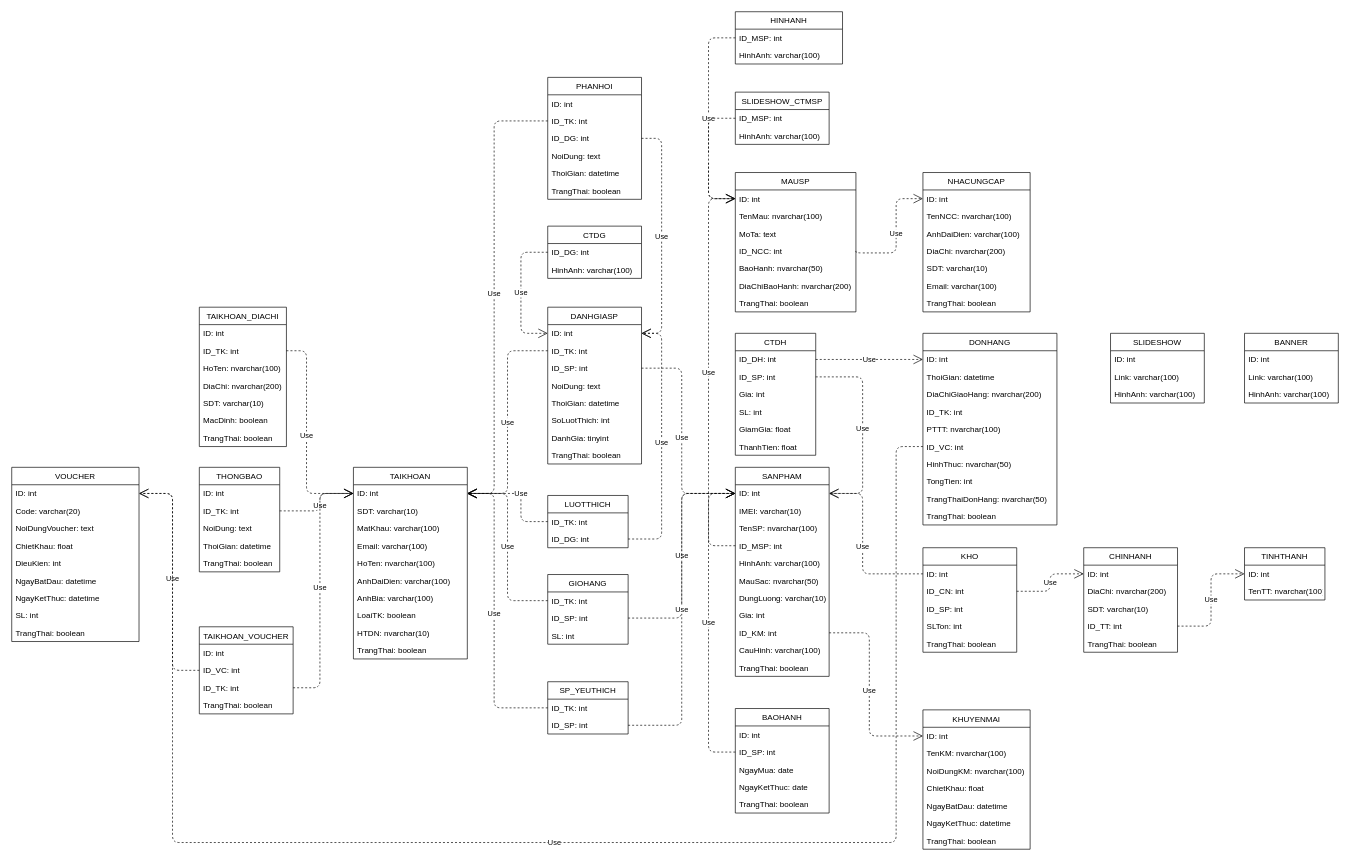
Before: Mô hình/ClassDiagram_CSDL.drawio in LammVuu/DATT, a draw.io diagram. Source tidied: cells renumbered, new cells numbered last; positions are measured from the earlier drawing's top-left corner, leaving out a move shared by most shapes. Both pictures are drawn from the tidied source at 67%, with x=0, y=0 at pixel (11, 11).
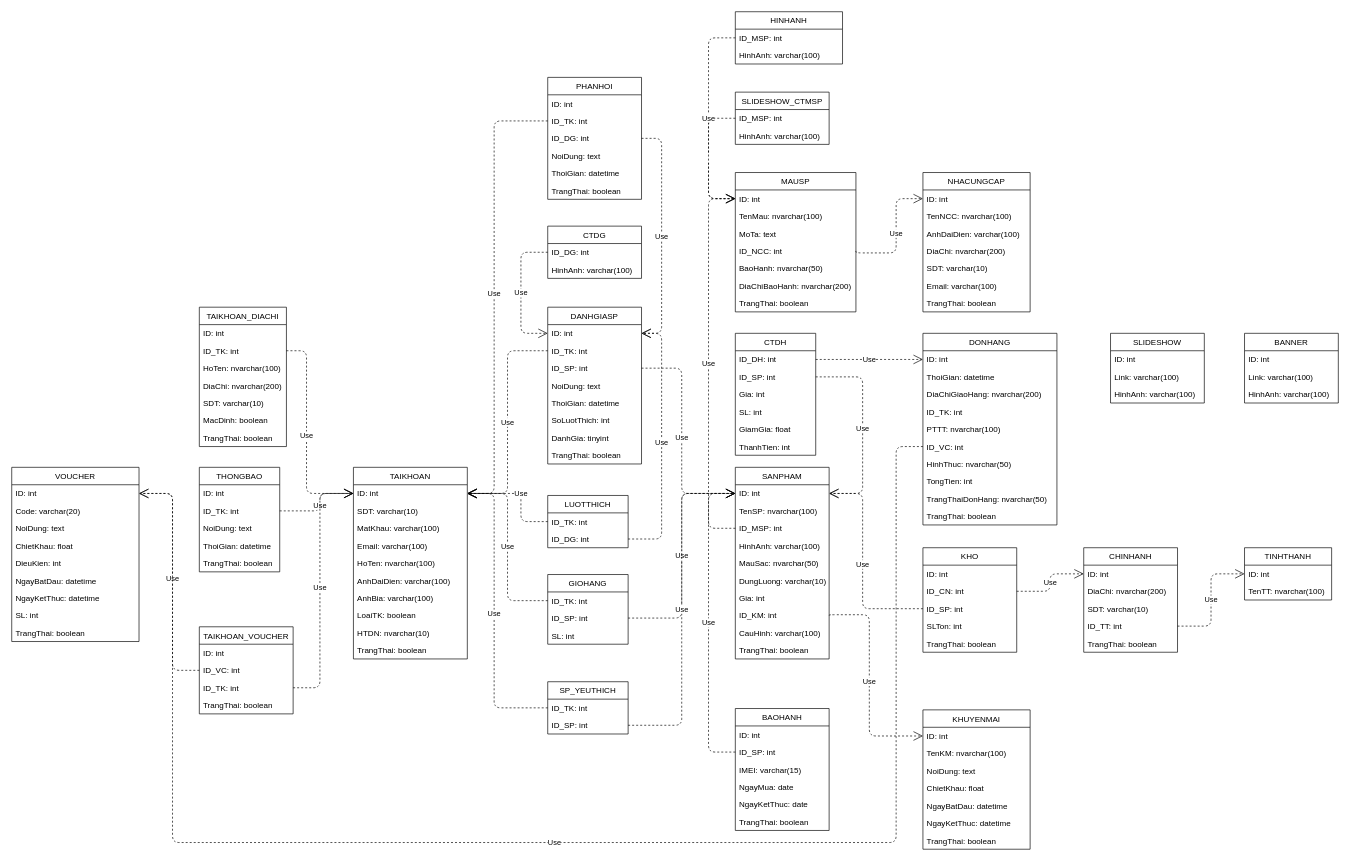
After the change.

The change refers to these unchanged cells:
```xml
<mxCell id="11" value="ID: int" style="text;strokeColor=none;fillColor=none;align=left;verticalAlign=top;spacingLeft=4;spacingRight=4;overflow=hidden;points=[[0,0.5],[1,0.5]];portConstraint=eastwest;" parent="10" vertex="1">
  <mxGeometry y="26" width="180" height="26" as="geometry" />
</mxCell>
<mxCell id="19" value="ID: int" style="text;strokeColor=none;fillColor=none;align=left;verticalAlign=top;spacingLeft=4;spacingRight=4;overflow=hidden;points=[[0,0.5],[1,0.5]];portConstraint=eastwest;" parent="18" vertex="1">
  <mxGeometry y="26" width="140" height="26" as="geometry" />
</mxCell>
<mxCell id="30" value="KHUYENMAI" style="swimlane;fontStyle=0;horizontal=1;startSize=26;fillColor=none;" parent="1" vertex="1">
  <mxGeometry x="1360" y="1042" width="160" height="208" as="geometry" />
</mxCell>
<mxCell id="31" value="ID: int" style="text;strokeColor=none;fillColor=none;align=left;verticalAlign=top;spacingLeft=4;spacingRight=4;overflow=hidden;points=[[0,0.5],[1,0.5]];portConstraint=eastwest;" parent="30" vertex="1">
  <mxGeometry y="26" width="160" height="26" as="geometry" />
</mxCell>
<mxCell id="49" value="CTDH" style="swimlane;fontStyle=0;horizontal=1;startSize=26;fillColor=none;" parent="1" vertex="1">
  <mxGeometry x="1080" y="480" width="120" height="182" as="geometry" />
</mxCell>
<mxCell id="105" value="ID: int" style="text;strokeColor=none;fillColor=none;align=left;verticalAlign=top;spacingLeft=4;spacingRight=4;overflow=hidden;points=[[0,0.5],[1,0.5]];portConstraint=eastwest;" parent="104" vertex="1">
  <mxGeometry y="26" width="140" height="26" as="geometry" />
</mxCell>
<mxCell id="107" value="ID_SP: int" style="text;strokeColor=none;fillColor=none;align=left;verticalAlign=top;spacingLeft=4;spacingRight=4;overflow=hidden;points=[[0,0.5],[1,0.5]];portConstraint=eastwest;" parent="104" vertex="1">
  <mxGeometry y="78" width="140" height="26" as="geometry" />
</mxCell>
<mxCell id="122" value="VOUCHER" style="swimlane;fontStyle=0;horizontal=1;startSize=26;fillColor=none;" parent="1" vertex="1">
  <mxGeometry y="680" width="190" height="260" as="geometry" />
</mxCell>
```

Diff of the diagram source:
```diff
@@
     <mxCell id="18" value="SANPHAM" style="swimlane;fontStyle=0;horizontal=1;startSize=26;fillColor=none;" parent="1" vertex="1">
-      <mxGeometry x="1080" y="680" width="140" height="312" as="geometry" />
+      <mxGeometry x="1080" y="680" width="140" height="286" as="geometry" />
     </mxCell>
@@
-    <mxCell id="20" value="IMEI: varchar(10)" style="text;strokeColor=none;fillColor=none;align=left;verticalAlign=top;spacingLeft=4;spacingRight=4;overflow=hidden;" parent="18" vertex="1">
-      <mxGeometry y="52" width="140" height="26" as="geometry" />
-    </mxCell>
     <mxCell id="21" value="TenSP: nvarchar(100)" style="text;strokeColor=none;fillColor=none;align=left;verticalAlign=top;spacingLeft=4;spacingRight=4;overflow=hidden;" parent="18" vertex="1">
-      <mxGeometry y="78" width="140" height="26" as="geometry" />
+      <mxGeometry y="52" width="140" height="26" as="geometry" />
     </mxCell>
     <mxCell id="22" value="ID_MSP: int" style="text;strokeColor=none;fillColor=none;align=left;verticalAlign=top;spacingLeft=4;spacingRight=4;overflow=hidden;points=[[0,0.5],[1,0.5]];portConstraint=eastwest;" parent="18" vertex="1">
-      <mxGeometry y="104" width="140" height="26" as="geometry" />
+      <mxGeometry y="78" width="140" height="26" as="geometry" />
     </mxCell>
     <mxCell id="23" value="HinhAnh: varchar(100)" style="text;strokeColor=none;fillColor=none;align=left;verticalAlign=top;spacingLeft=4;spacingRight=4;overflow=hidden;" parent="18" vertex="1">
-      <mxGeometry y="130" width="140" height="26" as="geometry" />
+      <mxGeometry y="104" width="140" height="26" as="geometry" />
     </mxCell>
     <mxCell id="24" value="MauSac: nvarchar(50)" style="text;strokeColor=none;fillColor=none;align=left;verticalAlign=top;spacingLeft=4;spacingRight=4;overflow=hidden;" parent="18" vertex="1">
-      <mxGeometry y="156" width="140" height="26" as="geometry" />
+      <mxGeometry y="130" width="140" height="26" as="geometry" />
     </mxCell>
     <mxCell id="25" value="DungLuong: varchar(10)" style="text;strokeColor=none;fillColor=none;align=left;verticalAlign=top;spacingLeft=4;spacingRight=4;overflow=hidden;" parent="18" vertex="1">
-      <mxGeometry y="182" width="140" height="26" as="geometry" />
+      <mxGeometry y="156" width="140" height="26" as="geometry" />
     </mxCell>
     <mxCell id="26" value="Gia: int" style="text;strokeColor=none;fillColor=none;align=left;verticalAlign=top;spacingLeft=4;spacingRight=4;overflow=hidden;" parent="18" vertex="1">
-      <mxGeometry y="208" width="140" height="26" as="geometry" />
+      <mxGeometry y="182" width="140" height="26" as="geometry" />
     </mxCell>
     <mxCell id="27" value="ID_KM: int" style="text;strokeColor=none;fillColor=none;align=left;verticalAlign=top;spacingLeft=4;spacingRight=4;overflow=hidden;points=[[0,0.5],[1,0.5]];portConstraint=eastwest;" parent="18" vertex="1">
-      <mxGeometry y="234" width="140" height="26" as="geometry" />
+      <mxGeometry y="208" width="140" height="26" as="geometry" />
     </mxCell>
     <mxCell id="28" value="CauHinh: varchar(100)" style="text;strokeColor=none;fillColor=none;align=left;verticalAlign=top;spacingLeft=4;spacingRight=4;overflow=hidden;" parent="18" vertex="1">
-      <mxGeometry y="260" width="140" height="26" as="geometry" />
+      <mxGeometry y="234" width="140" height="26" as="geometry" />
     </mxCell>
     <mxCell id="29" value="TrangThai: boolean" style="text;strokeColor=none;fillColor=none;align=left;verticalAlign=top;spacingLeft=4;spacingRight=4;overflow=hidden;" parent="18" vertex="1">
-      <mxGeometry y="286" width="140" height="26" as="geometry" />
+      <mxGeometry y="260" width="140" height="26" as="geometry" />
     </mxCell>
@@
-    <mxCell id="33" value="NoiDungKM: nvarchar(100)" style="text;strokeColor=none;fillColor=none;align=left;verticalAlign=top;spacingLeft=4;spacingRight=4;overflow=hidden;" parent="30" vertex="1">
+    <mxCell id="33" value="NoiDung: text" style="text;strokeColor=none;fillColor=none;align=left;verticalAlign=top;spacingLeft=4;spacingRight=4;overflow=hidden;" parent="30" vertex="1">
       <mxGeometry y="78" width="160" height="26" as="geometry" />
     </mxCell>
@@
-    <mxCell id="55" value="ThanhTien: float" style="text;strokeColor=none;fillColor=none;align=left;verticalAlign=top;spacingLeft=4;spacingRight=4;overflow=hidden;" parent="49" vertex="1">
+    <mxCell id="55" value="ThanhTien: int" style="text;strokeColor=none;fillColor=none;align=left;verticalAlign=top;spacingLeft=4;spacingRight=4;overflow=hidden;" parent="49" vertex="1">
       <mxGeometry y="156" width="120" height="26" as="geometry" />
     </mxCell>
@@
     <mxCell id="80" value="Use" style="endArrow=open;endSize=12;dashed=1;html=1;entryX=0;entryY=0.5;entryDx=0;entryDy=0;exitX=0;exitY=0.5;exitDx=0;exitDy=0;edgeStyle=orthogonalEdgeStyle;" parent="1" edge="1" source="22" target="11">
       <mxGeometry relative="1" as="geometry">
         <Array as="points">
-          <mxPoint x="1040" y="797" />
+          <mxPoint x="1040" y="771" />
           <mxPoint x="1040" y="279" />
         </Array>
       </mxGeometry>
     </mxCell>
@@
     <mxCell id="84" value="Use" style="endArrow=open;endSize=12;dashed=1;html=1;edgeStyle=orthogonalEdgeStyle;entryX=0;entryY=0.5;entryDx=0;entryDy=0;exitX=1;exitY=0.5;exitDx=0;exitDy=0;" parent="1" edge="1" source="27" target="31">
       <mxGeometry relative="1" as="geometry">
         <Array as="points">
-          <mxPoint x="1280" y="927" />
+          <mxPoint x="1220" y="900" />
+          <mxPoint x="1280" y="900" />
           <mxPoint x="1280" y="1081" />
         </Array>
       </mxGeometry>
     </mxCell>
     <mxCell id="85" value="BAOHANH" style="swimlane;fontStyle=0;horizontal=1;startSize=26;fillColor=none;" parent="1" vertex="1">
-      <mxGeometry x="1080" y="1040" width="140" height="156" as="geometry" />
+      <mxGeometry x="1080" y="1040" width="140" height="182" as="geometry" />
     </mxCell>
@@
+    <mxCell id="187" value="IMEI: varchar(15)" style="text;strokeColor=none;fillColor=none;align=left;verticalAlign=top;spacingLeft=4;spacingRight=4;overflow=hidden;" parent="85" vertex="1">
+      <mxGeometry y="78" width="140" height="26" as="geometry" />
+    </mxCell>
     <mxCell id="88" value="NgayMua: date" style="text;strokeColor=none;fillColor=none;align=left;verticalAlign=top;spacingLeft=4;spacingRight=4;overflow=hidden;" parent="85" vertex="1">
-      <mxGeometry y="78" width="140" height="26" as="geometry" />
+      <mxGeometry y="104" width="140" height="26" as="geometry" />
     </mxCell>
     <mxCell id="89" value="NgayKetThuc: date" style="text;strokeColor=none;fillColor=none;align=left;verticalAlign=top;spacingLeft=4;spacingRight=4;overflow=hidden;" parent="85" vertex="1">
-      <mxGeometry y="104" width="140" height="26" as="geometry" />
+      <mxGeometry y="130" width="140" height="26" as="geometry" />
     </mxCell>
     <mxCell id="90" value="TrangThai: boolean" style="text;strokeColor=none;fillColor=none;align=left;verticalAlign=top;spacingLeft=4;spacingRight=4;overflow=hidden;" parent="85" vertex="1">
-      <mxGeometry y="130" width="140" height="26" as="geometry" />
+      <mxGeometry y="156" width="140" height="26" as="geometry" />
     </mxCell>
@@
     <mxCell id="94" value="TINHTHANH" style="swimlane;fontStyle=0;horizontal=1;startSize=26;fillColor=none;" parent="1" vertex="1">
-      <mxGeometry x="1840" y="800" width="120" height="78" as="geometry" />
+      <mxGeometry x="1840" y="800" width="130" height="78" as="geometry" />
     </mxCell>
     <mxCell id="95" value="ID: int" style="text;strokeColor=none;fillColor=none;align=left;verticalAlign=top;spacingLeft=4;spacingRight=4;overflow=hidden;points=[[0,0.5],[1,0.5]];portConstraint=eastwest;" parent="94" vertex="1">
-      <mxGeometry y="26" width="120" height="26" as="geometry" />
+      <mxGeometry y="26" width="130" height="26" as="geometry" />
     </mxCell>
     <mxCell id="96" value="TenTT: nvarchar(100)" style="text;strokeColor=none;fillColor=none;align=left;verticalAlign=top;spacingLeft=4;spacingRight=4;overflow=hidden;" parent="94" vertex="1">
-      <mxGeometry y="52" width="120" height="26" as="geometry" />
+      <mxGeometry y="52" width="130" height="26" as="geometry" />
     </mxCell>
@@
-    <mxCell id="110" value="Use" style="endArrow=open;endSize=12;dashed=1;html=1;entryX=1;entryY=0.5;entryDx=0;entryDy=0;exitX=0;exitY=0.5;exitDx=0;exitDy=0;edgeStyle=orthogonalEdgeStyle;" parent="1" edge="1" source="105" target="19">
+    <mxCell id="110" value="Use" style="endArrow=open;endSize=12;dashed=1;html=1;entryX=1;entryY=0.5;entryDx=0;entryDy=0;exitX=0;exitY=0.5;exitDx=0;exitDy=0;edgeStyle=orthogonalEdgeStyle;" parent="1" edge="1" source="107" target="19">
       <mxGeometry relative="1" as="geometry">
         <Array as="points">
-          <mxPoint x="1270" y="839" />
+          <mxPoint x="1270" y="891" />
           <mxPoint x="1270" y="719" />
         </Array>
       </mxGeometry>
     </mxCell>
@@
-    <mxCell id="125" value="NoiDungVoucher: text" style="text;strokeColor=none;fillColor=none;align=left;verticalAlign=top;spacingLeft=4;spacingRight=4;overflow=hidden;" parent="122" vertex="1">
+    <mxCell id="125" value="NoiDung: text" style="text;strokeColor=none;fillColor=none;align=left;verticalAlign=top;spacingLeft=4;spacingRight=4;overflow=hidden;" parent="122" vertex="1">
       <mxGeometry y="78" width="190" height="26" as="geometry" />
     </mxCell>
```
